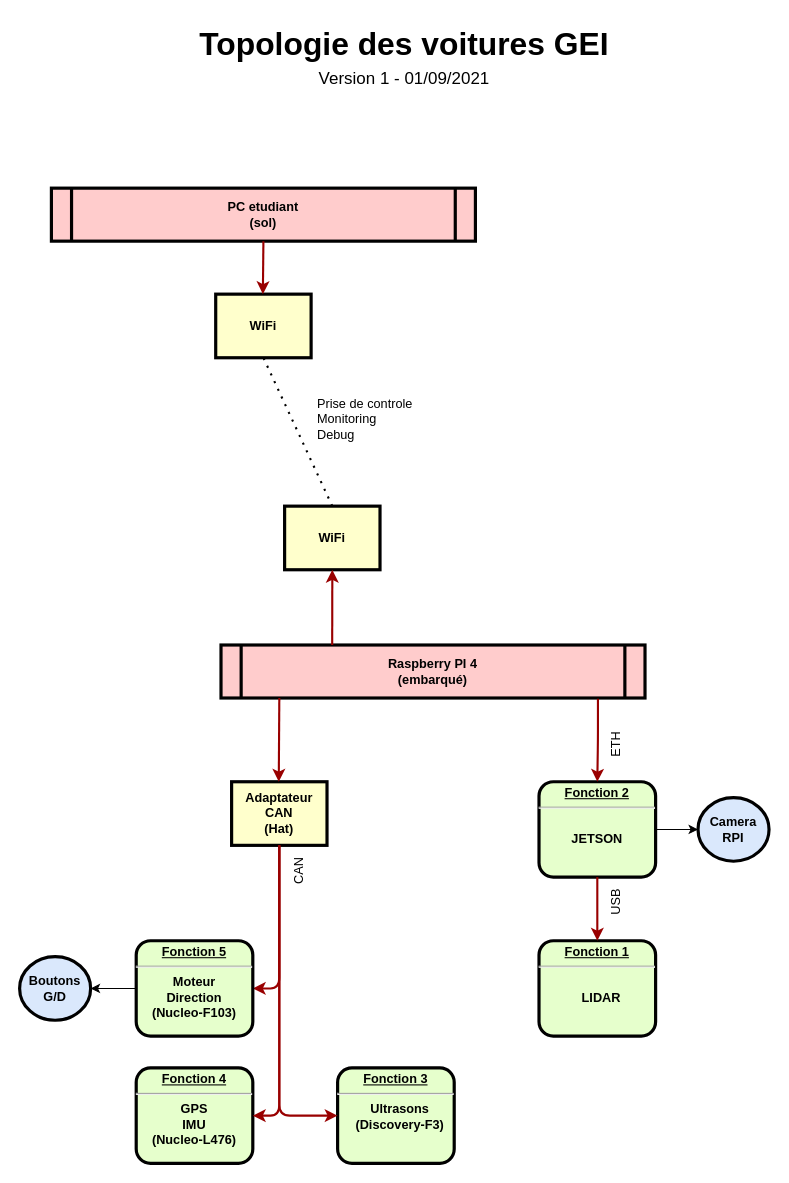
Above: documentation/topologie.drawio in sduprat/geiflix (draw.io), before the change. Source tidied: cells renumbered, new cells numbered last; positions are measured from the earlier drawing's top-left corner, leaving out a move shared by most shapes. Both pictures are drawn from the tidied source at 106%, with x=0, y=0 at pixel (19, 18).
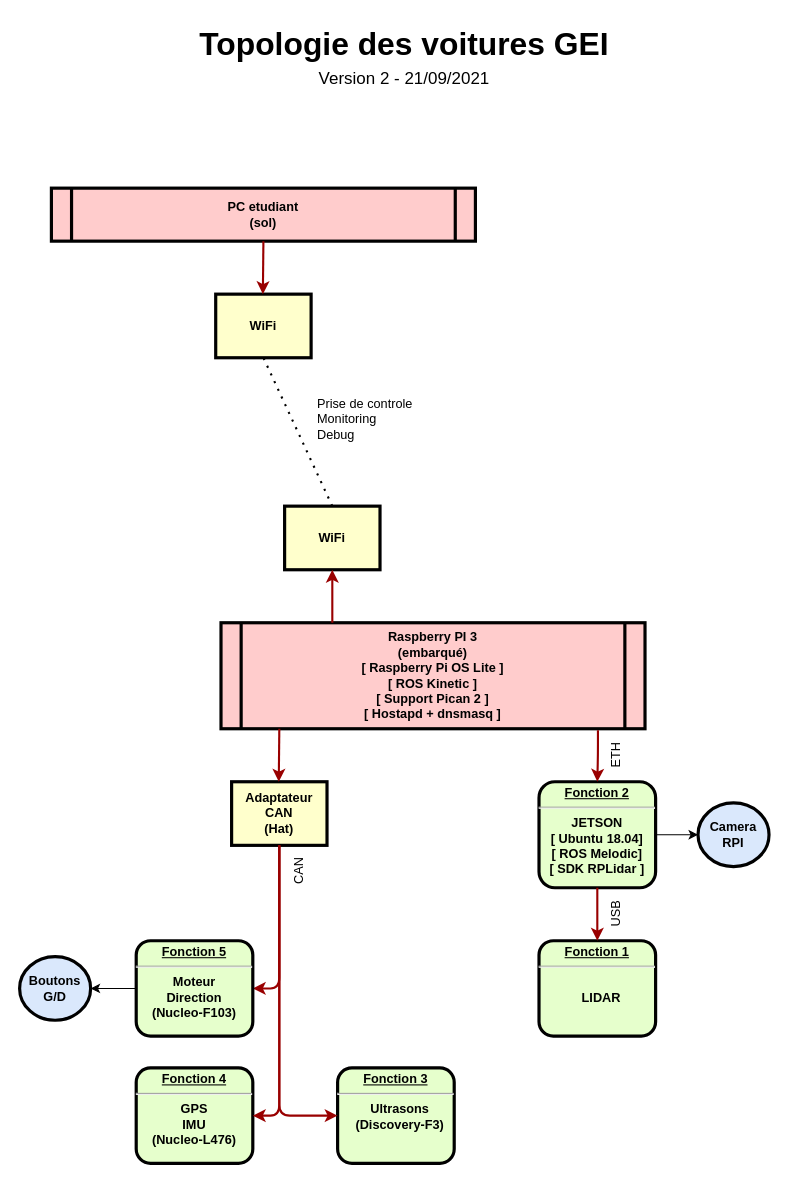
The same diagram, later.

Commit message (it also covers changes not shown here):
Ajout des versions d'OS et de librairies installées

The change refers to these unchanged cells:
```xml
<mxCell id="5" value="&#10;Adaptateur CAN&#10;(Hat)&#10;" style="whiteSpace=wrap;align=center;verticalAlign=middle;fontStyle=1;strokeWidth=3;fillColor=#FFFFCC;" parent="1" vertex="1">
  <mxGeometry x="200" y="720" width="90" height="60" as="geometry" />
</mxCell>
```

Diff of the diagram source:
```diff
@@
-    <mxCell id="2" value="&#10;Raspberry PI 4&#10;(embarqué)&#10;" style="shape=process;whiteSpace=wrap;align=center;verticalAlign=middle;size=0.0475;fontStyle=1;strokeWidth=3;fillColor=#FFCCCC;" parent="1" vertex="1">
-      <mxGeometry x="190" y="591" width="400" height="50" as="geometry" />
+    <mxCell id="2" value="&#10;Raspberry PI 3&#10;(embarqué)&#10;[ Raspberry Pi OS Lite ]&#10;[ ROS Kinetic ]&#10;[ Support Pican 2 ]&#10;[ Hostapd + dnsmasq ]&#10;" style="shape=process;whiteSpace=wrap;align=center;verticalAlign=middle;size=0.0475;fontStyle=1;strokeWidth=3;fillColor=#FFCCCC;" parent="1" vertex="1">
+      <mxGeometry x="190" y="570" width="400" height="100" as="geometry" />
     </mxCell>
@@
-    <mxCell id="4" value="&lt;p style=&quot;margin: 0px ; margin-top: 4px ; text-align: center ; text-decoration: underline&quot;&gt;&lt;strong&gt;&lt;strong&gt;Fonction 2&lt;/strong&gt;&lt;br&gt;&lt;/strong&gt;&lt;/p&gt;&lt;hr&gt;&lt;div&gt;&lt;br&gt;&lt;/div&gt;&lt;div&gt;JETSON&lt;/div&gt;" style="verticalAlign=middle;align=center;overflow=fill;fontSize=12;fontFamily=Helvetica;html=1;rounded=1;fontStyle=1;strokeWidth=3;fillColor=#E6FFCC;" parent="1" vertex="1">
-      <mxGeometry x="490" y="720" width="110" height="90" as="geometry" />
+    <mxCell id="4" value="&lt;p style=&quot;margin: 0px ; margin-top: 4px ; text-align: center ; text-decoration: underline&quot;&gt;&lt;strong&gt;&lt;strong&gt;Fonction 2&lt;/strong&gt;&lt;br&gt;&lt;/strong&gt;&lt;/p&gt;&lt;hr&gt;&lt;div&gt;&lt;span&gt;JETSON&lt;/span&gt;&lt;br&gt;&lt;/div&gt;&lt;div&gt;[ Ubuntu 18.04]&lt;/div&gt;&lt;div&gt;[ ROS Melodic]&lt;br&gt;[ SDK RPLidar ]&lt;/div&gt;" style="verticalAlign=middle;align=center;overflow=fill;fontSize=12;fontFamily=Helvetica;html=1;rounded=1;fontStyle=1;strokeWidth=3;fillColor=#E6FFCC;" parent="1" vertex="1">
+      <mxGeometry x="490" y="720" width="110" height="100" as="geometry" />
     </mxCell>
@@
     <mxCell id="6" style="edgeStyle=elbowEdgeStyle;elbow=horizontal;strokeColor=#990000;strokeWidth=2;entryX=0.5;entryY=0;entryDx=0;entryDy=0;" parent="1" edge="1" target="5">
       <mxGeometry relative="1" as="geometry">
-        <mxPoint x="245" y="641" as="sourcePoint" />
+        <mxPoint x="245" y="670" as="sourcePoint" />
         <Array as="points">
           <mxPoint x="244.5" y="675" />
         </Array>
       </mxGeometry>
     </mxCell>
@@
     <mxCell id="8" value="USB" style="text;whiteSpace=wrap;html=1;rotation=-90;" parent="1" vertex="1">
-      <mxGeometry x="549" y="819" width="29" height="29" as="geometry" />
+      <mxGeometry x="549" y="830" width="29" height="29" as="geometry" />
     </mxCell>
@@
     <mxCell id="14" value="&lt;div&gt;ETH&lt;/div&gt;" style="text;whiteSpace=wrap;html=1;rotation=-90;" parent="1" vertex="1">
-      <mxGeometry x="549" y="670" width="29" height="29" as="geometry" />
+      <mxGeometry x="549" y="680" width="29" height="29" as="geometry" />
     </mxCell>
@@
     <mxCell id="16" value="&lt;b&gt;Camera&lt;br&gt;RPI&lt;/b&gt;" style="ellipse;whiteSpace=wrap;html=1;fillColor=#dae8fc;strokeWidth=3;" parent="1" vertex="1">
-      <mxGeometry x="640" y="735" width="67" height="60" as="geometry" />
+      <mxGeometry x="640" y="740" width="67" height="60" as="geometry" />
     </mxCell>
@@
-    <mxCell id="18" style="edgeStyle=elbowEdgeStyle;elbow=horizontal;strokeColor=#990000;strokeWidth=2;entryX=0.5;entryY=1;entryDx=0;entryDy=0;exitX=0.836;exitY=0.001;exitDx=0;exitDy=0;exitPerimeter=0;" parent="1" edge="1">
+    <mxCell id="18" style="edgeStyle=elbowEdgeStyle;elbow=horizontal;strokeColor=#990000;strokeWidth=2;entryX=0.5;entryY=1;entryDx=0;entryDy=0;" parent="1" edge="1">
       <mxGeometry relative="1" as="geometry">
-        <mxPoint x="294.9" y="591" as="sourcePoint" />
+        <mxPoint x="295" y="570" as="sourcePoint" />
         <mxPoint x="294.5" y="520" as="targetPoint" />
       </mxGeometry>
     </mxCell>
@@
-    <mxCell id="24" value="&lt;div style=&quot;font-size: 20px&quot; align=&quot;center&quot;&gt;&lt;font style=&quot;font-size: 20px&quot;&gt;&lt;b&gt;&lt;font style=&quot;font-size: 30px&quot;&gt;Topologie des voitures GEI&lt;/font&gt;&lt;br&gt;&lt;/b&gt;&lt;font style=&quot;font-size: 16px&quot;&gt;Version 1 - 01/09/2021&lt;/font&gt;&lt;b&gt;&lt;br&gt;&lt;/b&gt;&lt;/font&gt;&lt;/div&gt;" style="text;whiteSpace=wrap;html=1;rotation=0;" parent="1" vertex="1">
+    <mxCell id="24" value="&lt;div style=&quot;font-size: 20px&quot; align=&quot;center&quot;&gt;&lt;font style=&quot;font-size: 20px&quot;&gt;&lt;b&gt;&lt;font style=&quot;font-size: 30px&quot;&gt;Topologie des voitures GEI&lt;/font&gt;&lt;br&gt;&lt;/b&gt;&lt;font style=&quot;font-size: 16px&quot;&gt;Version 2 - 21/09/2021&lt;/font&gt;&lt;b&gt;&lt;br&gt;&lt;/b&gt;&lt;/font&gt;&lt;/div&gt;" style="text;whiteSpace=wrap;html=1;rotation=0;" parent="1" vertex="1">
       <mxGeometry x="168" width="390" height="60" as="geometry" />
     </mxCell>
```
